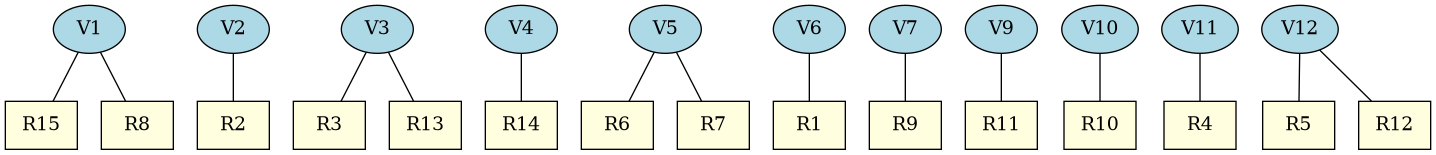
The Graphviz diagram Proyecto-Fase 3/Reportes/Grafo No Dirigido.png in Rodrigo-1504/-EDD-1S2025_202202854, before a commit. Its source is kept beside it as Proyecto-Fase 3/Reportes/Grafo No Dirigido.dot. Source of this version:
```dot
graph G {
	node[style=filled, fillcolor=white];
	node [shape=ellipse, fillcolor=lightblue];
	V1;
	V2;
	V3;
	V4;
	V5;
	V6;
	V7;
	V9;
	V10;
	V11;
	V12;
	node [shape=box, fillcolor=lightyellow];
	R15;
	R8;
	R2;
	R3;
	R13;
	R14;
	R6;
	R7;
	R1;
	R9;
	R11;
	R10;
	R4;
	R5;
	R12;
	V1 -- R15;
	V1 -- R8;
	V2 -- R2;
	V3 -- R3;
	V3 -- R13;
	V4 -- R14;
	V5 -- R6;
	V5 -- R7;
	V6 -- R1;
	V7 -- R9;
	V9 -- R11;
	V10 -- R10;
	V11 -- R4;
	V12 -- R5;
	V12 -- R12;
}
```
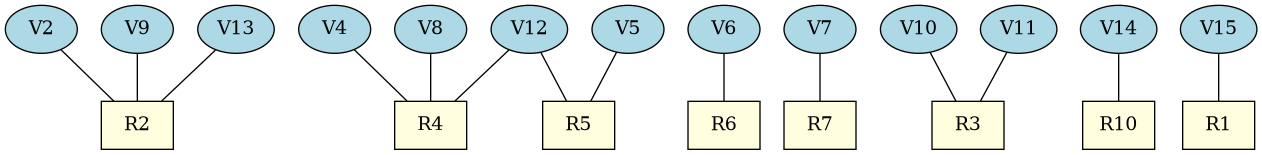
After the commit.

What changed in the source:
```diff
@@ -1,46 +1,46 @@
 graph G {
 	node[style=filled, fillcolor=white];
 	node [shape=ellipse, fillcolor=lightblue];
-	V1;
 	V2;
-	V3;
 	V4;
 	V5;
 	V6;
 	V7;
+	V8;
 	V9;
 	V10;
 	V11;
 	V12;
+	V13;
+	V14;
+	V15;
 	node [shape=box, fillcolor=lightyellow];
-	R15;
-	R8;
+	R2;
+	R4;
+	R5;
+	R6;
+	R7;
+	R4;
 	R2;
 	R3;
-	R13;
-	R14;
-	R6;
-	R7;
+	R3;
+	R5;
+	R4;
+	R2;
+	R10;
 	R1;
-	R9;
-	R11;
-	R10;
-	R4;
-	R5;
-	R12;
-	V1 -- R15;
-	V1 -- R8;
 	V2 -- R2;
-	V3 -- R3;
-	V3 -- R13;
-	V4 -- R14;
-	V5 -- R6;
-	V5 -- R7;
-	V6 -- R1;
-	V7 -- R9;
-	V9 -- R11;
-	V10 -- R10;
-	V11 -- R4;
+	V4 -- R4;
+	V5 -- R5;
+	V6 -- R6;
+	V7 -- R7;
+	V8 -- R4;
+	V9 -- R2;
+	V10 -- R3;
+	V11 -- R3;
 	V12 -- R5;
-	V12 -- R12;
+	V12 -- R4;
+	V13 -- R2;
+	V14 -- R10;
+	V15 -- R1;
 }
```
